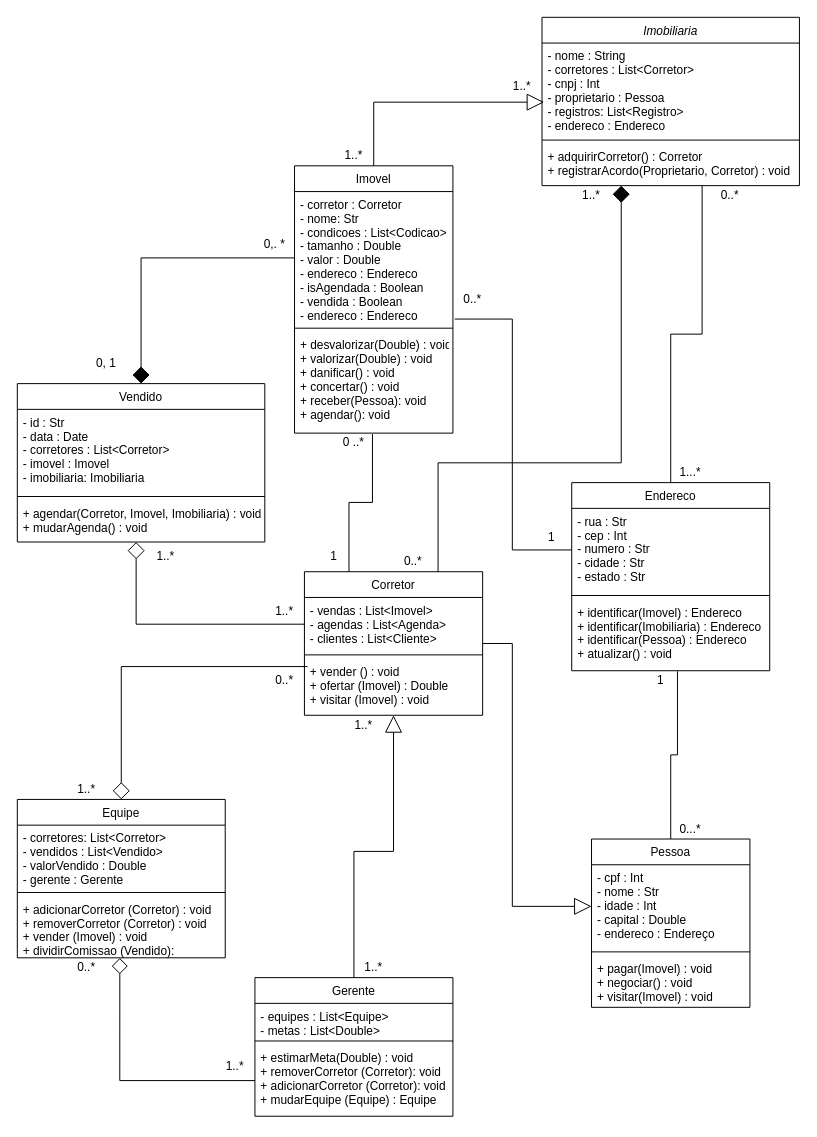
Earlier version of the draw.io diagram Analise de Sistemas/UML/Sistema Imobiliaria.drawio (Sant-Thiago/Estudos). Source tidied: cells renumbered, new cells numbered last; positions are measured from the earlier drawing's top-left corner, leaving out a move shared by most shapes. Both pictures are drawn from the tidied source at 99%, with x=0, y=0 at pixel (17, 17).
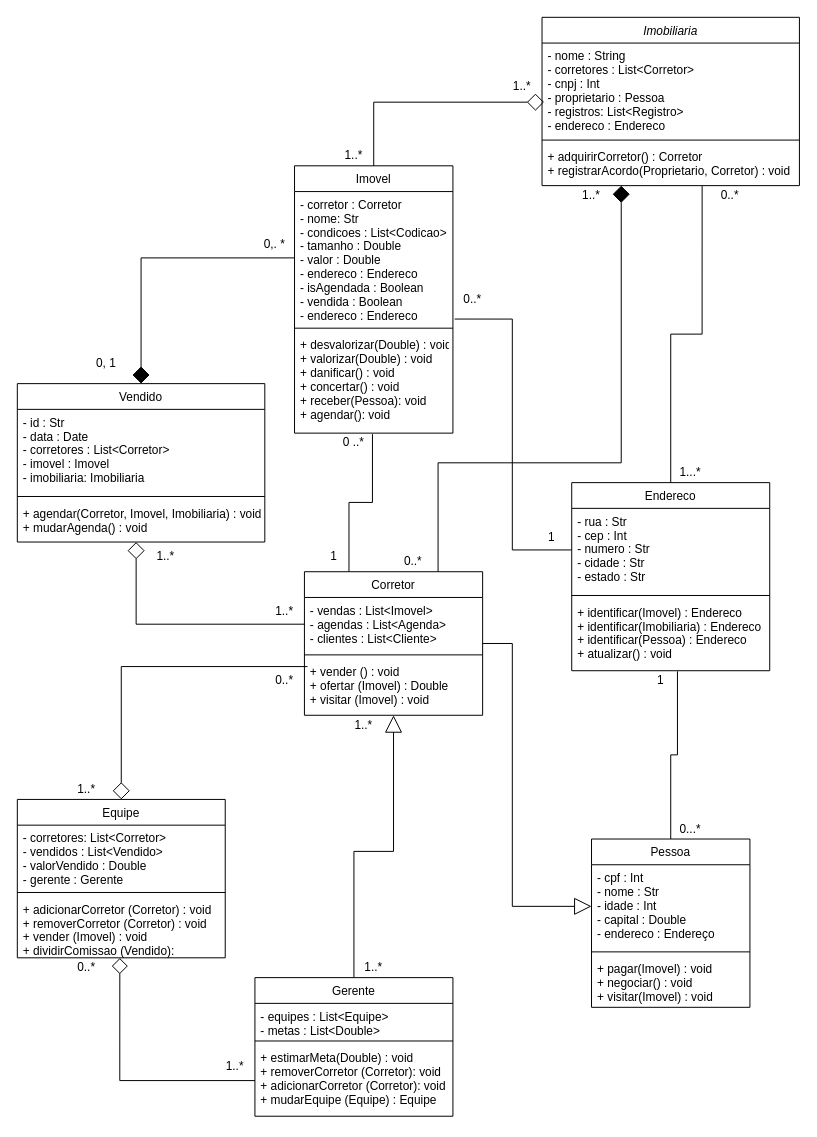
The same page after the edit.

Commit message:
arrumando a agregação da imobiliaria

Unchanged cells that the change refers to:
```xml
<mxCell id="3" value="- nome : String&#10;- corretores : List&lt;Corretor&gt;&#10;- cnpj : Int&#10;- proprietario : Pessoa&#10;- registros: List&lt;Registro&gt;&#10;- endereco : Endereco" style="text;align=left;verticalAlign=top;spacingLeft=4;spacingRight=4;overflow=hidden;points=[[0,0.5],[1,0.5]];portConstraint=eastwest;" parent="2" vertex="1">
  <mxGeometry y="26" width="260" height="94" as="geometry" />
</mxCell>
<mxCell id="6" value="Imovel" style="swimlane;fontStyle=0;align=center;verticalAlign=top;horizontal=1;startSize=26;rounded=0;shadow=0;strokeWidth=1;" parent="1" vertex="1">
  <mxGeometry x="280" y="150" width="160" height="270" as="geometry" />
</mxCell>
```

Diff of the diagram source:
```diff
@@
-    <mxCell id="42" style="edgeStyle=orthogonalEdgeStyle;rounded=0;jettySize=auto;html=1;entryX=0.008;entryY=0.635;entryDx=0;entryDy=0;entryPerimeter=0;endArrow=block;endFill=0;endSize=15;exitX=0.5;exitY=0;exitDx=0;exitDy=0;" parent="1" edge="1" source="6" target="3">
+    <mxCell id="42" style="edgeStyle=orthogonalEdgeStyle;rounded=0;jettySize=auto;html=1;entryX=0.008;entryY=0.635;entryDx=0;entryDy=0;entryPerimeter=0;endArrow=diamond;endFill=0;endSize=15;exitX=0.5;exitY=0;exitDx=0;exitDy=0;" parent="1" edge="1" source="6" target="3">
       <mxGeometry relative="1" as="geometry" />
     </mxCell>
```
